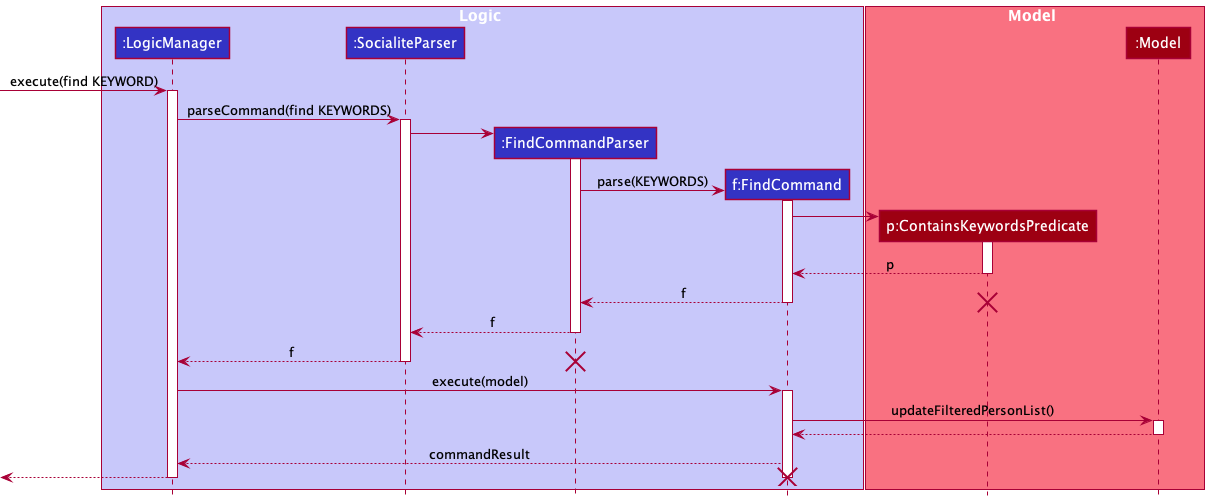
Before: docs/images/FindSequenceDiagram.png, a diagram exported from PlantUML (stanley-1/tp).
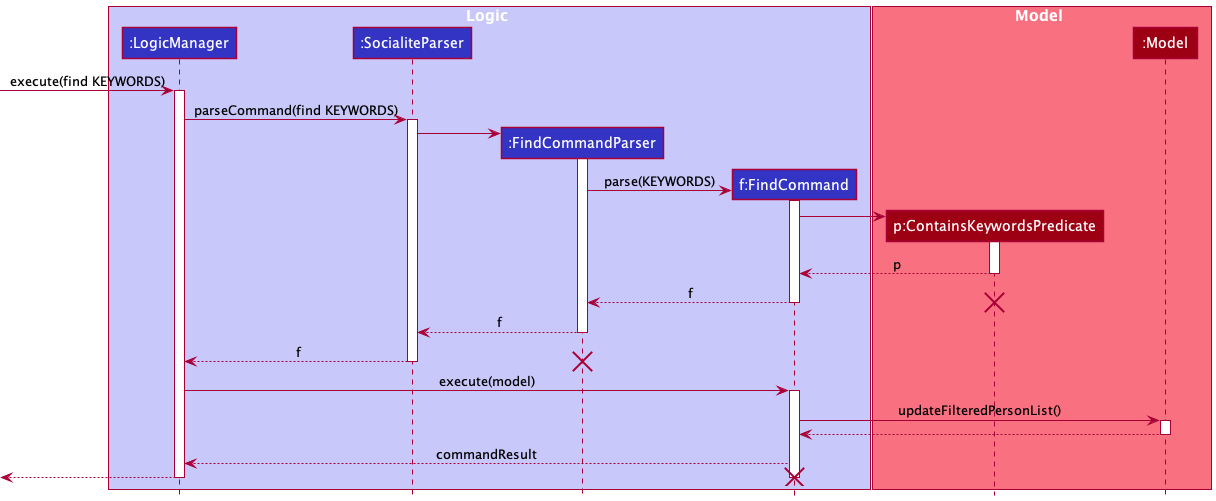
After the commit.

Commit message:
Fix small bug in find sequence diagram

The edit, as a diff of the source:
```diff
@@ -13,7 +13,7 @@
 participant ":Model" as Model MODEL_COLOR
 end box
 
-[-> LogicManager : execute(find KEYWORD)
+[-> LogicManager : execute(find KEYWORDS)
 activate LogicManager
 
 LogicManager -> SocialiteParser : parseCommand(find KEYWORDS)
```
